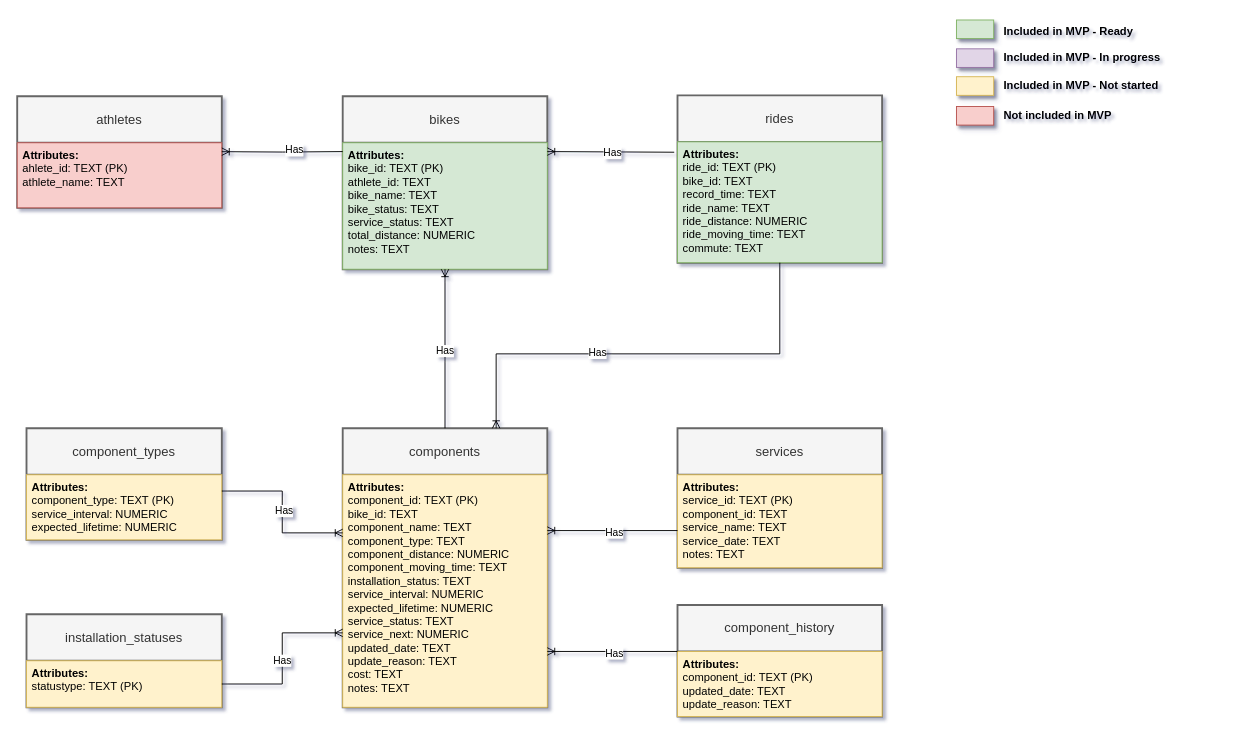
The draw.io diagram page "ER diagram" (3 of 5) of docs/all_diagrams.drawio in xivind/velo-supervisor-2000, before the edit. Source tidied: cells renumbered, new cells numbered last; positions are measured from the earlier drawing's top-left corner, leaving out a move shared by most shapes. Both pictures are drawn from the tidied source at 93%, with x=0, y=0 at pixel (17, 18).
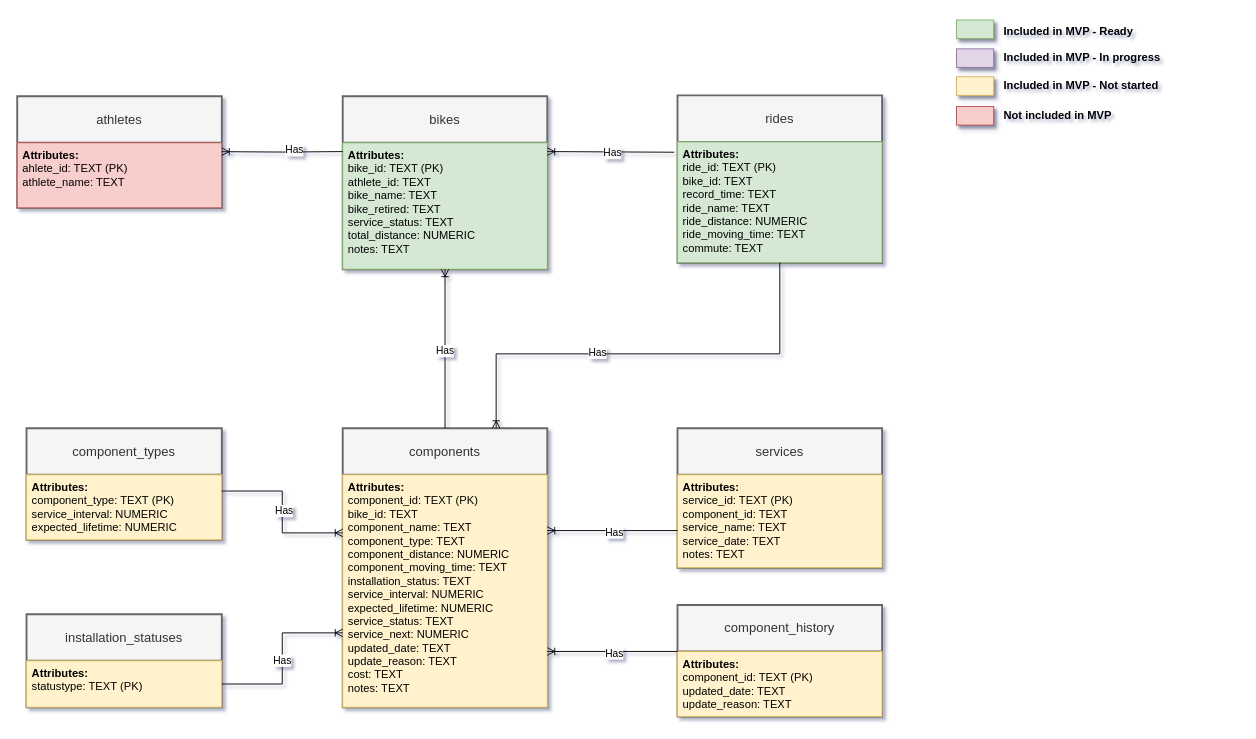
The same diagram, later.

The change refers to these unchanged cells:
```xml
<mxCell id="6" value="bikes" style="swimlane;horizontal=1;startSize=50;rounded=0;fontSize=14;fontStyle=0;strokeWidth=2;shadow=0;dashed=0;align=center;arcSize=0;whiteSpace=wrap;html=1;fillColor=#f5f5f5;strokeColor=#666666;fontColor=#333333;" parent="1" vertex="1">
  <mxGeometry x="350" y="84" width="220" height="186" as="geometry" />
</mxCell>
```

Diff of the diagram source:
```diff
@@
-    <mxCell id="7" value="&lt;div&gt;&lt;b&gt;Attributes:&lt;/b&gt;&lt;br&gt;&lt;/div&gt;bike_id: TEXT&amp;nbsp;(PK)&lt;div&gt;athlete_id&lt;span style=&quot;background-color: initial;&quot;&gt;: TEXT&lt;/span&gt;&lt;/div&gt;&lt;div&gt;&lt;span style=&quot;background-color: initial;&quot;&gt;bike_name&lt;/span&gt;&lt;span style=&quot;background-color: initial;&quot;&gt;: TEXT&lt;/span&gt;&lt;br&gt;&lt;/div&gt;&lt;div&gt;bike_status: TEXT&lt;/div&gt;&lt;div&gt;service_status: TEXT&lt;br&gt;&lt;div&gt;total_distance&lt;span style=&quot;background-color: initial;&quot;&gt;: NUMERIC&lt;/span&gt;&lt;/div&gt;&lt;div&gt;notes&lt;span style=&quot;background-color: initial;&quot;&gt;: TEXT&lt;/span&gt;&lt;/div&gt;&lt;/div&gt;" style="align=left;spacingLeft=4;fontSize=12;verticalAlign=top;html=1;rounded=0;fillColor=#d5e8d4;strokeColor=#82b366;" parent="6" vertex="1">
+    <mxCell id="7" value="&lt;div&gt;&lt;b&gt;Attributes:&lt;/b&gt;&lt;br&gt;&lt;/div&gt;bike_id: TEXT&amp;nbsp;(PK)&lt;div&gt;athlete_id&lt;span style=&quot;background-color: initial;&quot;&gt;: TEXT&lt;/span&gt;&lt;/div&gt;&lt;div&gt;&lt;span style=&quot;background-color: initial;&quot;&gt;bike_name&lt;/span&gt;&lt;span style=&quot;background-color: initial;&quot;&gt;: TEXT&lt;/span&gt;&lt;br&gt;&lt;/div&gt;&lt;div&gt;bike_retired: TEXT&lt;/div&gt;&lt;div&gt;service_status: TEXT&lt;br&gt;&lt;div&gt;total_distance&lt;span style=&quot;background-color: initial;&quot;&gt;: NUMERIC&lt;/span&gt;&lt;/div&gt;&lt;div&gt;notes&lt;span style=&quot;background-color: initial;&quot;&gt;: TEXT&lt;/span&gt;&lt;/div&gt;&lt;/div&gt;" style="align=left;spacingLeft=4;fontSize=12;verticalAlign=top;html=1;rounded=0;fillColor=#d5e8d4;strokeColor=#82b366;" parent="6" vertex="1">
       <mxGeometry y="50" width="220" height="136" as="geometry" />
     </mxCell>
```
